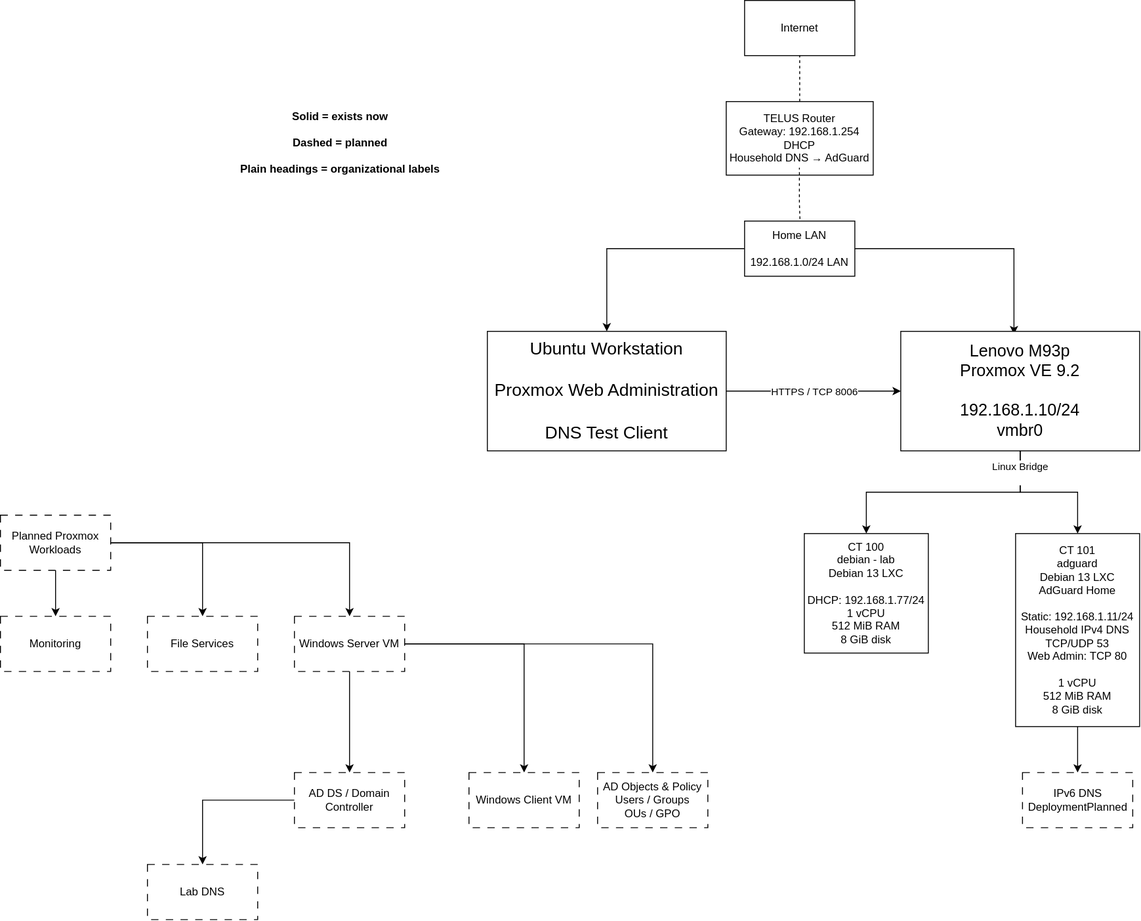
The draw.io diagram Home-Server-Lab/diagram/homelab-infrastructure.drawio.svg in peterdittmann/IT-Portfolio, before a commit. Source tidied: cells renumbered, new cells last; positions are measured from the earlier drawing's top-left corner, leaving out a move shared by most shapes.
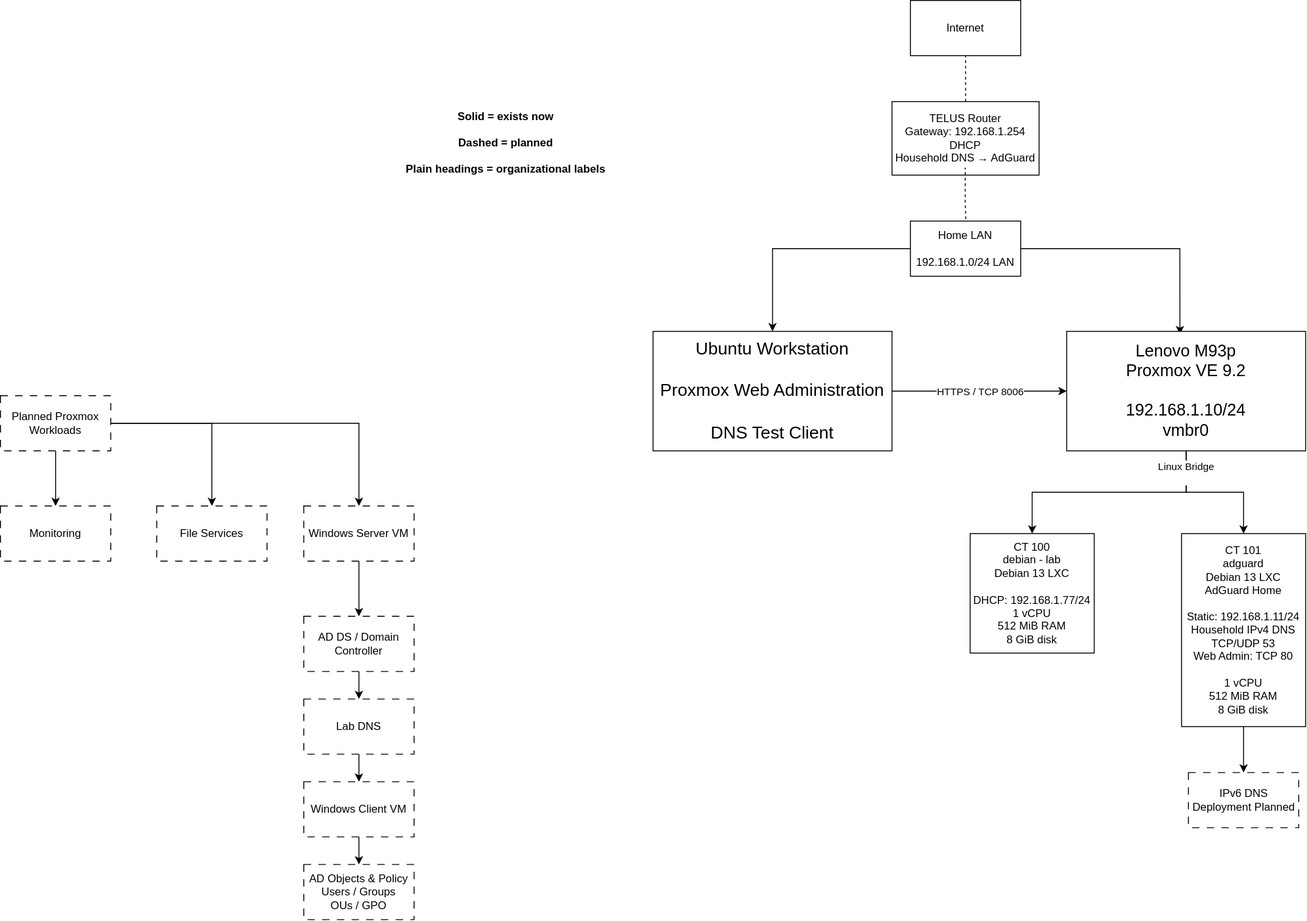
After the change.

What changed in the source:
```diff
@@ -30,7 +30,7 @@
       <mxGeometry x="980" y="360" width="260" height="130" as="geometry" />
     </mxCell>
     <mxCell id="11" value="Monitoring" style="rounded=0;whiteSpace=wrap;html=1;dashed=1;dashPattern=8 8;" parent="1" vertex="1">
-      <mxGeometry y="670" width="120" height="60" as="geometry" />
+      <mxGeometry x="-180" y="550" width="120" height="60" as="geometry" />
     </mxCell>
     <mxCell id="12" style="edgeStyle=orthogonalEdgeStyle;rounded=0;jettySize=auto;html=1;entryX=0.5;entryY=0;entryDx=0;entryDy=0;" parent="1" edge="1" source="15" target="11">
       <mxGeometry relative="1" as="geometry" />
@@ -42,34 +42,31 @@
       <mxGeometry relative="1" as="geometry" />
     </mxCell>
     <mxCell id="15" value="Planned Proxmox Workloads" style="rounded=0;whiteSpace=wrap;html=1;dashed=1;dashPattern=8 8;" parent="1" vertex="1">
-      <mxGeometry y="560" width="120" height="60" as="geometry" />
+      <mxGeometry x="-180" y="430" width="120" height="60" as="geometry" />
     </mxCell>
     <mxCell id="16" value="File Services" style="rounded=0;whiteSpace=wrap;html=1;dashed=1;dashPattern=8 8;" parent="1" vertex="1">
-      <mxGeometry x="160" y="670" width="120" height="60" as="geometry" />
+      <mxGeometry x="-10" y="550" width="120" height="60" as="geometry" />
     </mxCell>
     <mxCell id="17" style="edgeStyle=orthogonalEdgeStyle;rounded=0;jettySize=auto;html=1;" parent="1" edge="1" source="18" target="31">
       <mxGeometry relative="1" as="geometry" />
     </mxCell>
     <mxCell id="18" value="AD DS / Domain Controller" style="rounded=0;whiteSpace=wrap;html=1;dashed=1;dashPattern=8 8;" parent="1" vertex="1">
-      <mxGeometry x="320" y="840" width="120" height="60" as="geometry" />
+      <mxGeometry x="150" y="670" width="120" height="60" as="geometry" />
     </mxCell>
     <mxCell id="19" style="edgeStyle=orthogonalEdgeStyle;rounded=0;jettySize=auto;html=1;" parent="1" edge="1" source="22" target="18">
       <mxGeometry relative="1" as="geometry" />
     </mxCell>
-    <mxCell id="20" style="edgeStyle=orthogonalEdgeStyle;rounded=0;jettySize=auto;html=1;" parent="1" edge="1" source="22" target="24">
-      <mxGeometry relative="1" as="geometry" />
-    </mxCell>
-    <mxCell id="21" style="edgeStyle=orthogonalEdgeStyle;rounded=0;jettySize=auto;html=1;" parent="1" edge="1" source="22" target="23">
-      <mxGeometry relative="1" as="geometry" />
-    </mxCell>
     <mxCell id="22" value="Windows Server VM" style="rounded=0;whiteSpace=wrap;html=1;dashed=1;dashPattern=8 8;" parent="1" vertex="1">
-      <mxGeometry x="320" y="670" width="120" height="60" as="geometry" />
+      <mxGeometry x="150" y="550" width="120" height="60" as="geometry" />
     </mxCell>
     <mxCell id="23" value="&lt;div&gt;AD Objects &amp;amp; Policy&lt;/div&gt;&lt;div&gt;Users / Groups&lt;/div&gt;&lt;div&gt;OUs / GPO&lt;/div&gt;" style="rounded=0;whiteSpace=wrap;html=1;dashed=1;dashPattern=8 8;" parent="1" vertex="1">
-      <mxGeometry x="650" y="840" width="120" height="60" as="geometry" />
+      <mxGeometry x="150" y="940" width="120" height="60" as="geometry" />
     </mxCell>
+    <mxCell id="36" style="edgeStyle=orthogonalEdgeStyle;rounded=0;jettySize=auto;html=1;entryX=0.5;entryY=0;entryDx=0;entryDy=0;" parent="1" edge="1" source="24" target="23">
+      <mxGeometry relative="1" as="geometry" />
+    </mxCell>
     <mxCell id="24" value="Windows Client VM" style="rounded=0;whiteSpace=wrap;html=1;dashed=1;dashPattern=8 8;" parent="1" vertex="1">
-      <mxGeometry x="510" y="840" width="120" height="60" as="geometry" />
+      <mxGeometry x="150" y="850" width="120" height="60" as="geometry" />
     </mxCell>
     <mxCell id="25" style="endArrow=none;dashed=1;html=1;rounded=0;exitX=0.5;exitY=0;exitDx=0;exitDy=0;" parent="1" edge="1" source="3">
       <mxGeometry relative="1" as="geometry">
@@ -99,8 +96,11 @@
     <mxCell id="30" value="CT 100&lt;div&gt;debian - lab&lt;/div&gt;&lt;div&gt;Debian 13 LXC&lt;/div&gt;&lt;div&gt;&lt;br&gt;&lt;/div&gt;&lt;div&gt;DHCP: 192.168.1.77/24&lt;/div&gt;&lt;div&gt;1 vCPU&lt;/div&gt;&lt;div&gt;512 MiB RAM&lt;/div&gt;&lt;div&gt;8 GiB disk&lt;/div&gt;" style="rounded=0;whiteSpace=wrap;html=1;" parent="1" vertex="1">
       <mxGeometry x="875" y="580" width="135" height="130" as="geometry" />
     </mxCell>
+    <mxCell id="37" style="edgeStyle=orthogonalEdgeStyle;rounded=0;jettySize=auto;html=1;" parent="1" edge="1" source="31" target="24">
+      <mxGeometry relative="1" as="geometry" />
+    </mxCell>
     <mxCell id="31" value="Lab DNS" style="rounded=0;whiteSpace=wrap;html=1;dashed=1;dashPattern=8 8;" parent="1" vertex="1">
-      <mxGeometry x="160" y="940" width="120" height="60" as="geometry" />
+      <mxGeometry x="150" y="760" width="120" height="60" as="geometry" />
     </mxCell>
     <mxCell id="32" value="&lt;strong&gt;Solid = exists now&lt;/strong&gt;&lt;br&gt;&lt;br/&gt;&lt;strong&gt;Dashed = planned&lt;/strong&gt;&lt;br&gt;&lt;br/&gt;&lt;strong&gt;Plain headings = organizational labels&lt;/strong&gt;" style="text;html=1;whiteSpace=wrap;strokeColor=none;fillColor=none;align=center;verticalAlign=middle;rounded=0;" parent="1" vertex="1">
       <mxGeometry x="240" y="120" width="260" height="70" as="geometry" />
@@ -111,7 +111,7 @@
     <mxCell id="34" value="&lt;div&gt;CT 101&lt;/div&gt;&lt;div&gt;adguard&lt;/div&gt;&lt;div&gt;Debian 13 LXC&lt;/div&gt;&lt;div&gt;AdGuard Home&lt;/div&gt;&lt;div&gt;&lt;br&gt;&lt;/div&gt;&lt;div&gt;Static: 192.168.1.11/24&lt;/div&gt;&lt;div&gt;Household IPv4 DNS&lt;/div&gt;&lt;div&gt;TCP/UDP 53&lt;/div&gt;&lt;div&gt;Web Admin: TCP 80&lt;/div&gt;&lt;div&gt;&lt;br&gt;&lt;/div&gt;&lt;div&gt;1 vCPU&lt;/div&gt;&lt;div&gt;512 MiB RAM&lt;/div&gt;&lt;div&gt;8 GiB disk&lt;/div&gt;" style="rounded=0;whiteSpace=wrap;html=1;" parent="1" vertex="1">
       <mxGeometry x="1105" y="580" width="135" height="210" as="geometry" />
     </mxCell>
-    <mxCell id="35" value="IPv6 DNS DeploymentPlanned" style="rounded=0;whiteSpace=wrap;html=1;dashed=1;dashPattern=8 8;" parent="1" vertex="1">
+    <mxCell id="35" value="IPv6 DNS Deployment Planned" style="rounded=0;whiteSpace=wrap;html=1;dashed=1;dashPattern=8 8;" parent="1" vertex="1">
       <mxGeometry x="1112.5" y="840" width="120" height="60" as="geometry" />
     </mxCell>
   </root>
```
